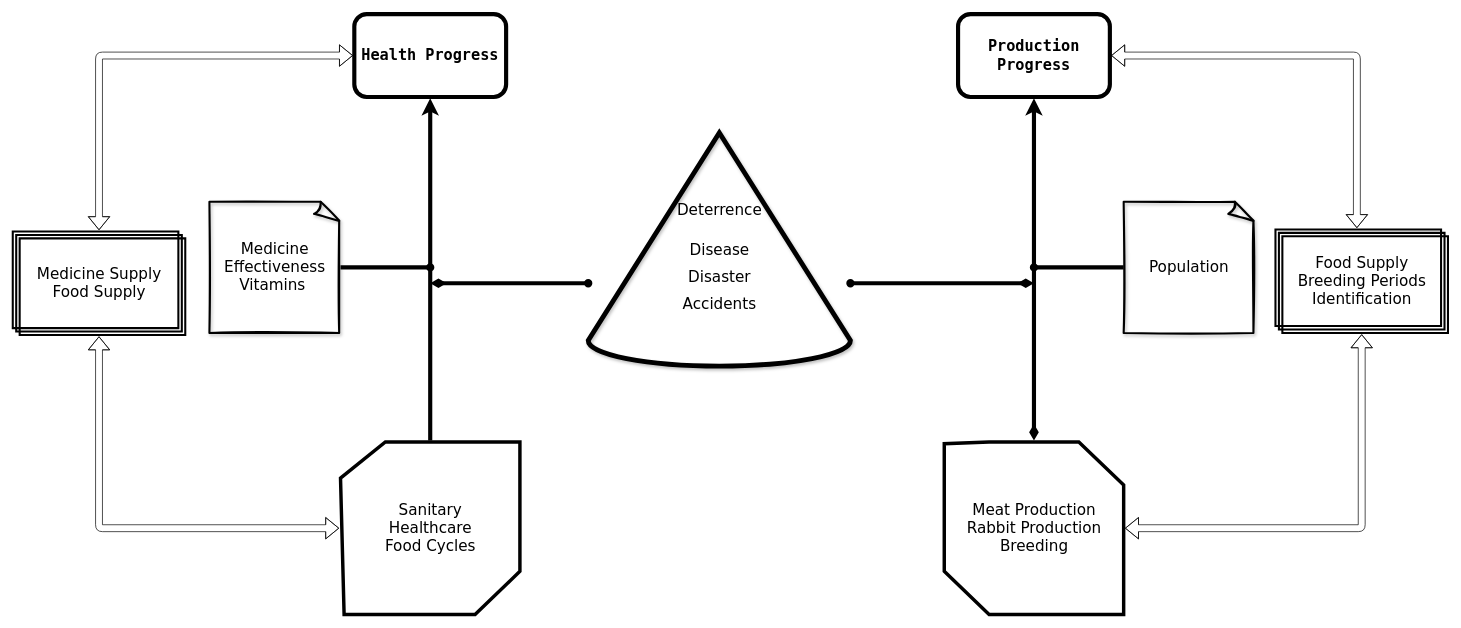
SejiMe/rpc-system keeps this draw.io diagram as Conceptual Framework.drawio. Above is the earlier version. Source tidied: cells renumbered, new cells numbered last; positions are measured from the earlier drawing's top-left corner, leaving out a move shared by most shapes. Both pictures are drawn from the tidied source at 69%, with x=0, y=0 at pixel (12, 14).
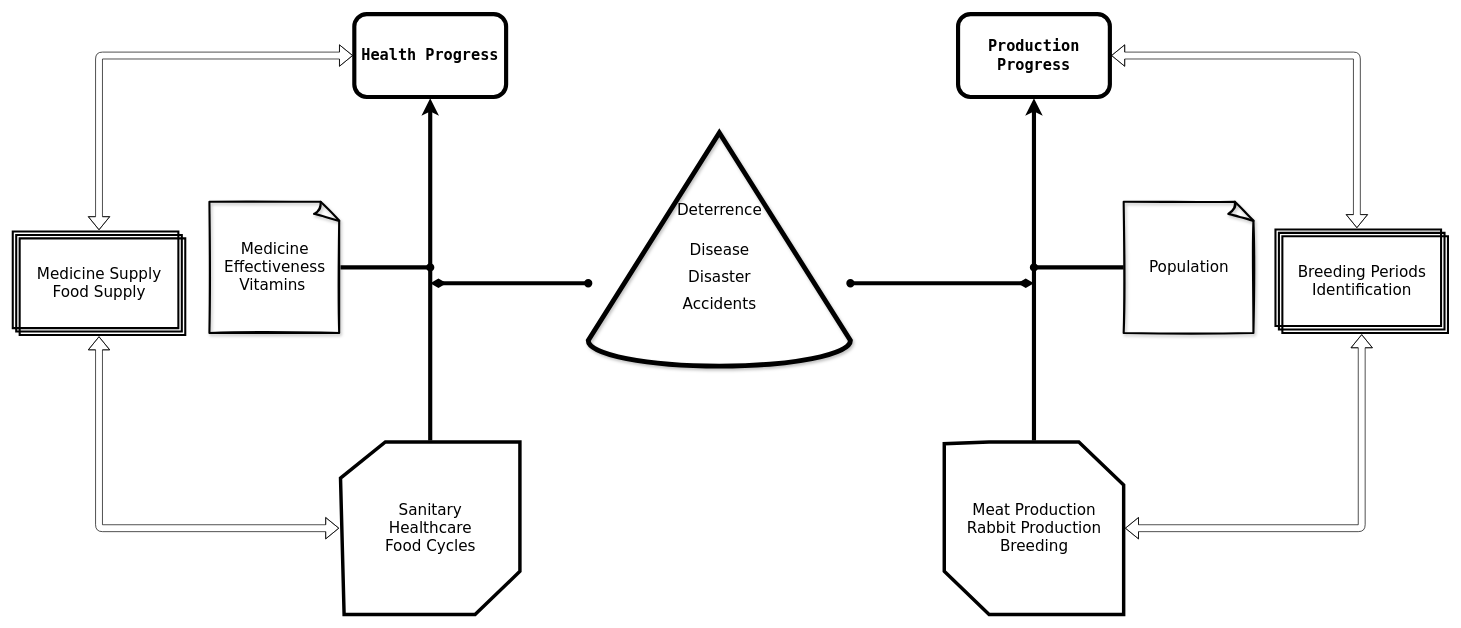
The same diagram, later.

Unchanged cells that the change refers to:
```xml
<mxCell id="6" value="Production Progress" style="rounded=1;fillColor=none;fontFamily=Lucida Console;textDirection=ltr;labelBorderColor=none;strokeWidth=6;perimeterSpacing=2;fontStyle=1;fontColor=#000000;horizontal=1;whiteSpace=wrap;html=1;spacingLeft=0;fontSize=22;" parent="1" vertex="1">
  <mxGeometry x="1370" width="220" height="120" as="geometry" />
</mxCell>
<mxCell id="11" value="Meat Production&lt;br style=&quot;font-size: 22px;&quot;&gt;Rabbit Production&lt;br style=&quot;font-size: 22px;&quot;&gt;Breeding" style="verticalLabelPosition=middle;verticalAlign=middle;html=1;shape=mxgraph.basic.polygon;polyCoords=[[0.25,0],[0.75,0],[1,0.25],[1,1],[0.75,1],[0.25,1],[0,0.75],[0,0.01]];polyline=0;shadow=0;labelBorderColor=none;sketch=0;fontFamily=Verdana;fontSize=22;strokeWidth=5;fillColor=none;gradientDirection=north;perimeterSpacing=2;labelPosition=center;align=center;strokeColor=#000000;" parent="1" vertex="1">
  <mxGeometry x="1350" y="620" width="260" height="250" as="geometry" />
</mxCell>
```

What changed in the source:
```diff
@@
-    <mxCell id="2" style="edgeStyle=orthogonalEdgeStyle;rounded=0;jettySize=auto;html=1;entryX=0.5;entryY=1;entryDx=0;entryDy=0;fontFamily=Verdana;fontSize=22;fontColor=#000000;strokeWidth=6;startArrow=diamondThin;startFill=1;" parent="1" edge="1" source="11" target="6">
+    <mxCell id="2" style="edgeStyle=orthogonalEdgeStyle;rounded=0;jettySize=auto;html=1;entryX=0.5;entryY=1;entryDx=0;entryDy=0;fontFamily=Verdana;fontSize=22;fontColor=#000000;strokeWidth=6;startArrow=none;startFill=0;" parent="1" edge="1" source="11" target="6">
       <mxGeometry relative="1" as="geometry" />
     </mxCell>
@@
-    <mxCell id="14" value="&lt;font face=&quot;Verdana&quot; style=&quot;font-size: 22px;&quot;&gt;Food Supply&lt;br style=&quot;font-size: 22px;&quot;&gt;Breeding Periods&lt;br style=&quot;font-size: 22px;&quot;&gt;Identification&lt;/font&gt;" style="verticalLabelPosition=middle;verticalAlign=middle;html=1;shape=mxgraph.basic.layered_rect;dx=10;outlineConnect=0;labelBorderColor=none;fontFamily=Lucida Console;fontSize=22;strokeWidth=3;fillColor=none;strokeColor=#000000;labelPosition=center;align=center;textDirection=ltr;fontStyle=0;perimeterSpacing=2;shadow=0;" parent="1" vertex="1">
+    <mxCell id="14" value="&lt;font face=&quot;Verdana&quot; style=&quot;font-size: 22px&quot;&gt;Breeding Periods&lt;br style=&quot;font-size: 22px&quot;&gt;Identification&lt;/font&gt;" style="verticalLabelPosition=middle;verticalAlign=middle;html=1;shape=mxgraph.basic.layered_rect;dx=10;outlineConnect=0;labelBorderColor=none;fontFamily=Lucida Console;fontSize=22;strokeWidth=3;fillColor=none;strokeColor=#000000;labelPosition=center;align=center;textDirection=ltr;fontStyle=0;perimeterSpacing=2;shadow=0;" parent="1" vertex="1">
       <mxGeometry x="1830" y="312" width="250" height="150" as="geometry" />
     </mxCell>
```
